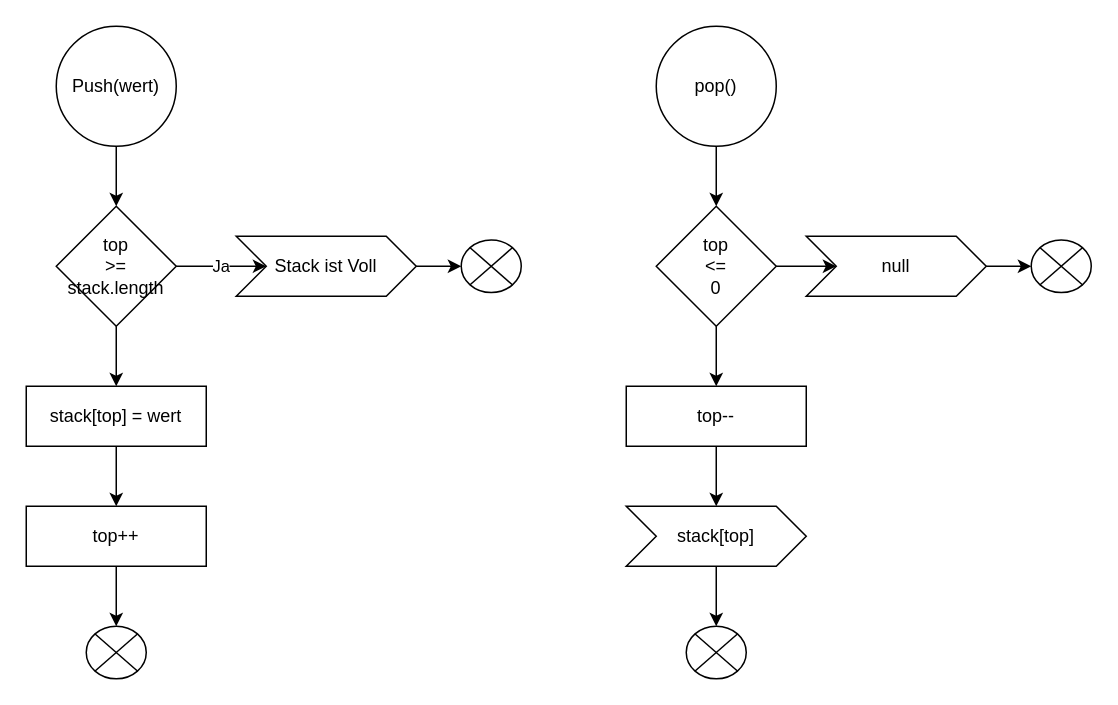
Earlier version of the draw.io diagram Stack_Diagram.drawio.xml (amariwan/Stack-Queue-LinkedList). Source tidied: cells renumbered, new cells numbered last; positions are measured from the earlier drawing's top-left corner, leaving out a move shared by most shapes. Both pictures are drawn from the tidied source at 150%, with x=0, y=0 at pixel (26, 26).
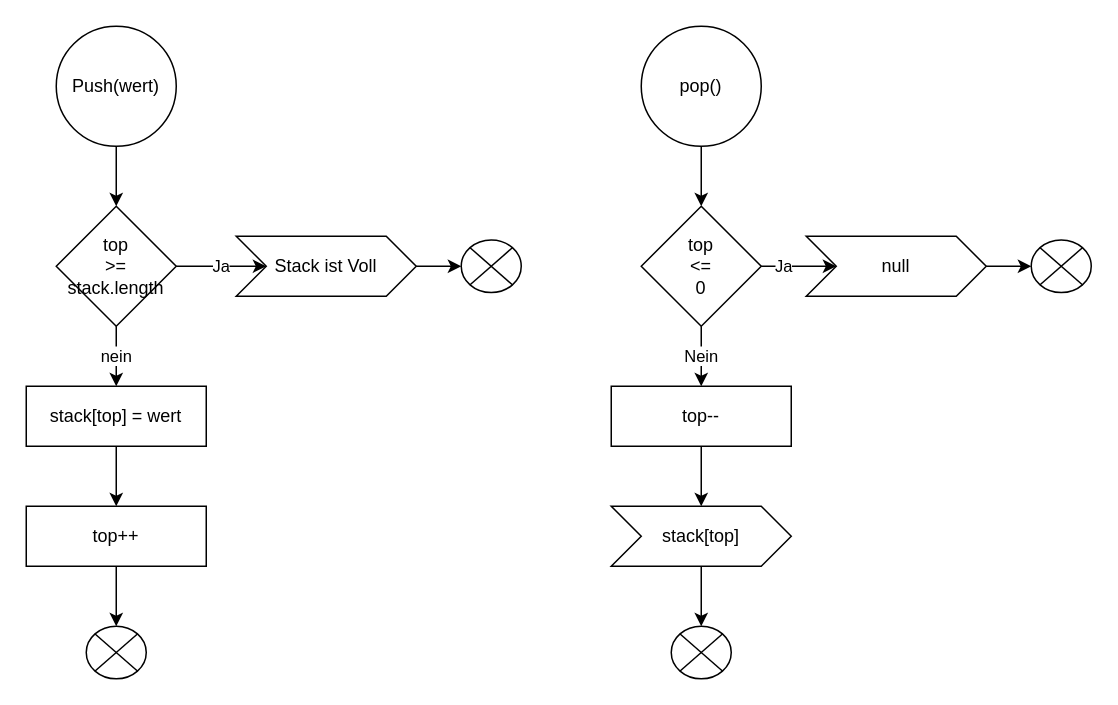
After the change.

Unchanged cells that the change refers to:
```xml
<mxCell id="6" value="top &lt;br&gt;&amp;gt;= stack.length" style="rhombus;whiteSpace=wrap;html=1;" parent="1" vertex="1">
  <mxGeometry x="20" y="120" width="80" height="80" as="geometry" />
</mxCell>
<mxCell id="11" value="stack[top] = wert" style="rounded=0;whiteSpace=wrap;html=1;" parent="1" vertex="1">
  <mxGeometry y="240" width="120" height="40" as="geometry" />
</mxCell>
<mxCell id="21" value="null" style="shape=step;perimeter=stepPerimeter;whiteSpace=wrap;html=1;fixedSize=1;" parent="1" vertex="1">
  <mxGeometry x="520" y="140" width="120" height="40" as="geometry" />
</mxCell>
```

Change to the diagram source:
```diff
@@
-    <mxCell id="5" style="edgeStyle=orthogonalEdgeStyle;rounded=0;jettySize=auto;html=1;" parent="1" edge="1" source="6" target="11">
+    <mxCell id="5" value="nein" style="edgeStyle=orthogonalEdgeStyle;rounded=0;jettySize=auto;html=1;" parent="1" edge="1" source="6" target="11">
       <mxGeometry relative="1" as="geometry" />
     </mxCell>
@@
     <mxCell id="16" value="pop()" style="ellipse;whiteSpace=wrap;html=1;" parent="1" vertex="1">
-      <mxGeometry x="420" width="80" height="80" as="geometry" />
+      <mxGeometry x="410" width="80" height="80" as="geometry" />
     </mxCell>
-    <mxCell id="17" style="edgeStyle=orthogonalEdgeStyle;rounded=0;jettySize=auto;html=1;entryX=0;entryY=0.5;entryDx=0;entryDy=0;" parent="1" edge="1" source="19" target="21">
+    <mxCell id="17" value="Ja" style="edgeStyle=orthogonalEdgeStyle;rounded=0;jettySize=auto;html=1;entryX=0;entryY=0.5;entryDx=0;entryDy=0;" parent="1" edge="1" source="19" target="21">
       <mxGeometry relative="1" as="geometry" />
     </mxCell>
-    <mxCell id="18" style="edgeStyle=orthogonalEdgeStyle;rounded=0;jettySize=auto;html=1;" parent="1" edge="1" source="19" target="24">
+    <mxCell id="18" value="Nein" style="edgeStyle=orthogonalEdgeStyle;rounded=0;jettySize=auto;html=1;" parent="1" edge="1" source="19" target="24">
       <mxGeometry relative="1" as="geometry" />
     </mxCell>
     <mxCell id="19" value="top &lt;br&gt;&amp;lt;= &lt;br&gt;0" style="rhombus;whiteSpace=wrap;html=1;" parent="1" vertex="1">
-      <mxGeometry x="420" y="120" width="80" height="80" as="geometry" />
+      <mxGeometry x="410" y="120" width="80" height="80" as="geometry" />
     </mxCell>
@@
     <mxCell id="24" value="top--" style="rounded=0;whiteSpace=wrap;html=1;" parent="1" vertex="1">
-      <mxGeometry x="400" y="240" width="120" height="40" as="geometry" />
+      <mxGeometry x="390" y="240" width="120" height="40" as="geometry" />
     </mxCell>
@@
     <mxCell id="26" value="stack[top]" style="shape=step;perimeter=stepPerimeter;whiteSpace=wrap;html=1;fixedSize=1;" parent="1" vertex="1">
-      <mxGeometry x="400" y="320" width="120" height="40" as="geometry" />
+      <mxGeometry x="390" y="320" width="120" height="40" as="geometry" />
     </mxCell>
     <mxCell id="27" style="verticalLabelPosition=bottom;verticalAlign=top;html=1;shape=mxgraph.flowchart.or;" parent="1" vertex="1">
-      <mxGeometry x="440" y="400" width="40" height="35" as="geometry" />
+      <mxGeometry x="430" y="400" width="40" height="35" as="geometry" />
     </mxCell>
```
